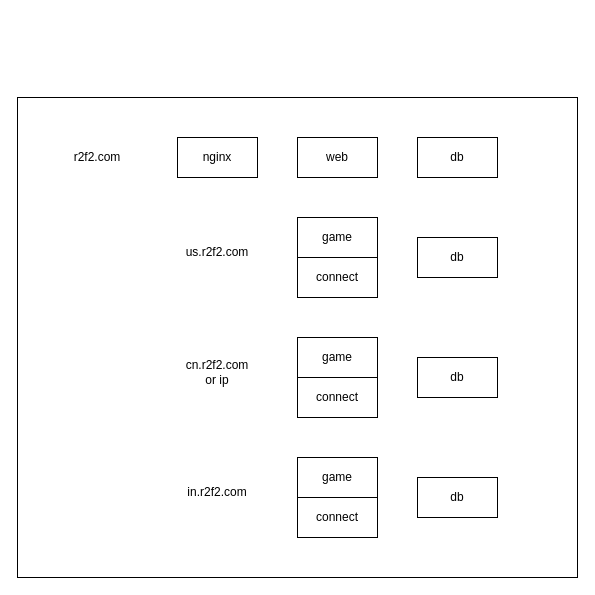
Above: docker/deploy.drawio in xujintao/balgass (draw.io), before the change. Source tidied: cells renumbered, new cells numbered last; positions are measured from the earlier drawing's top-left corner, leaving out a move shared by most shapes. Both pictures are drawn from the tidied source at 100%, with x=0, y=0 at pixel (17, 97).
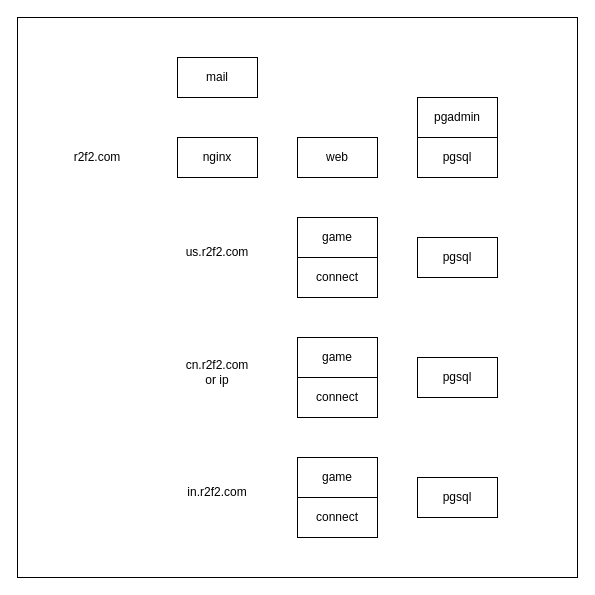
Above is the later version.

The edit, as a diff of the source:
```diff
@@
     <mxCell id="2" style="rounded=0;whiteSpace=wrap;html=1;" parent="1" vertex="1">
-      <mxGeometry width="560" height="480" as="geometry" />
+      <mxGeometry y="-80" width="560" height="560" as="geometry" />
     </mxCell>
@@
-    <mxCell id="5" value="db" style="rounded=0;whiteSpace=wrap;html=1;" parent="1" vertex="1">
+    <mxCell id="5" value="pgsql" style="rounded=0;whiteSpace=wrap;html=1;" parent="1" vertex="1">
       <mxGeometry x="400" y="40" width="80" height="40" as="geometry" />
     </mxCell>
@@
-    <mxCell id="8" value="db" style="rounded=0;whiteSpace=wrap;html=1;" parent="1" vertex="1">
+    <mxCell id="8" value="pgsql" style="rounded=0;whiteSpace=wrap;html=1;" parent="1" vertex="1">
       <mxGeometry x="400" y="140" width="80" height="40" as="geometry" />
     </mxCell>
@@
-    <mxCell id="12" value="db" style="rounded=0;whiteSpace=wrap;html=1;" parent="1" vertex="1">
+    <mxCell id="12" value="pgsql" style="rounded=0;whiteSpace=wrap;html=1;" parent="1" vertex="1">
       <mxGeometry x="400" y="260" width="80" height="40" as="geometry" />
     </mxCell>
@@
-    <mxCell id="16" value="db" style="rounded=0;whiteSpace=wrap;html=1;" parent="1" vertex="1">
+    <mxCell id="16" value="pgsql" style="rounded=0;whiteSpace=wrap;html=1;" parent="1" vertex="1">
       <mxGeometry x="400" y="380" width="80" height="40" as="geometry" />
     </mxCell>
@@
+    <mxCell id="19" value="mail" style="rounded=0;whiteSpace=wrap;html=1;" parent="1" vertex="1">
+      <mxGeometry x="160" y="-40" width="80" height="40" as="geometry" />
+    </mxCell>
+    <mxCell id="20" value="pgadmin" style="rounded=0;whiteSpace=wrap;html=1;" parent="1" vertex="1">
+      <mxGeometry x="400" width="80" height="40" as="geometry" />
+    </mxCell>
```
